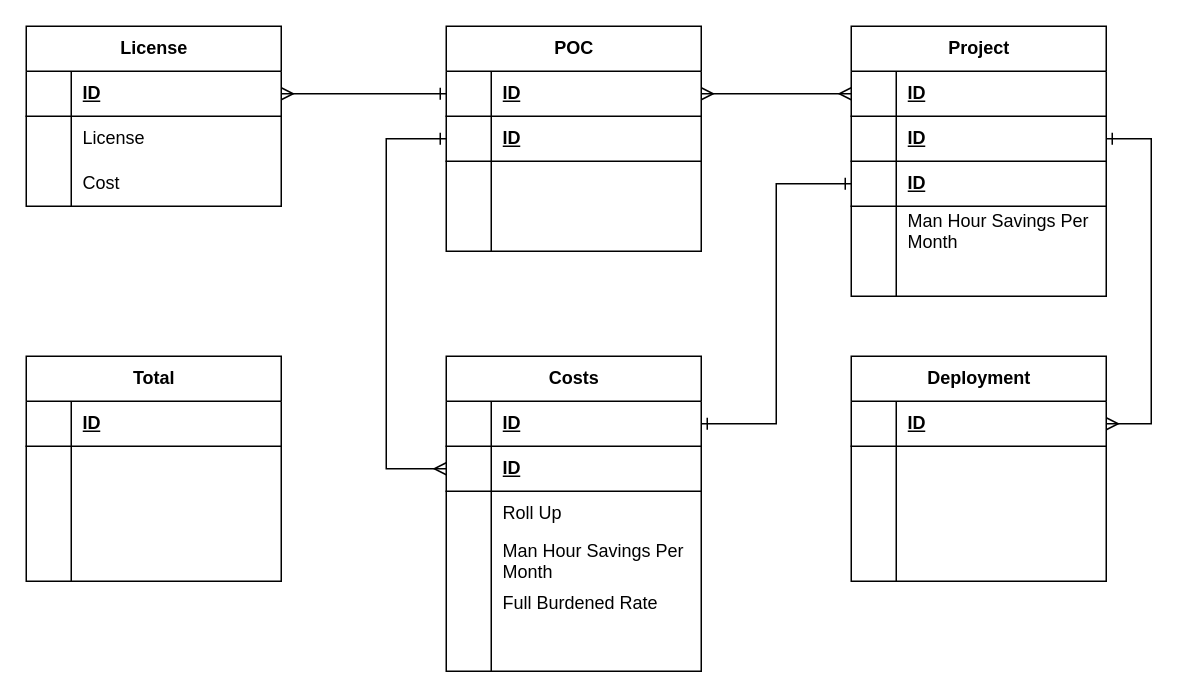
Above: page "Option-3" (4 of 4) of erd-projint-01.drawio in josjreyes/GitInit (draw.io), before the change. Source tidied: cells renumbered, new cells numbered last; positions are measured from the earlier drawing's top-left corner, leaving out a move shared by most shapes. Both pictures are drawn from the tidied source at 150%, with x=0, y=0 at pixel (26, 26).
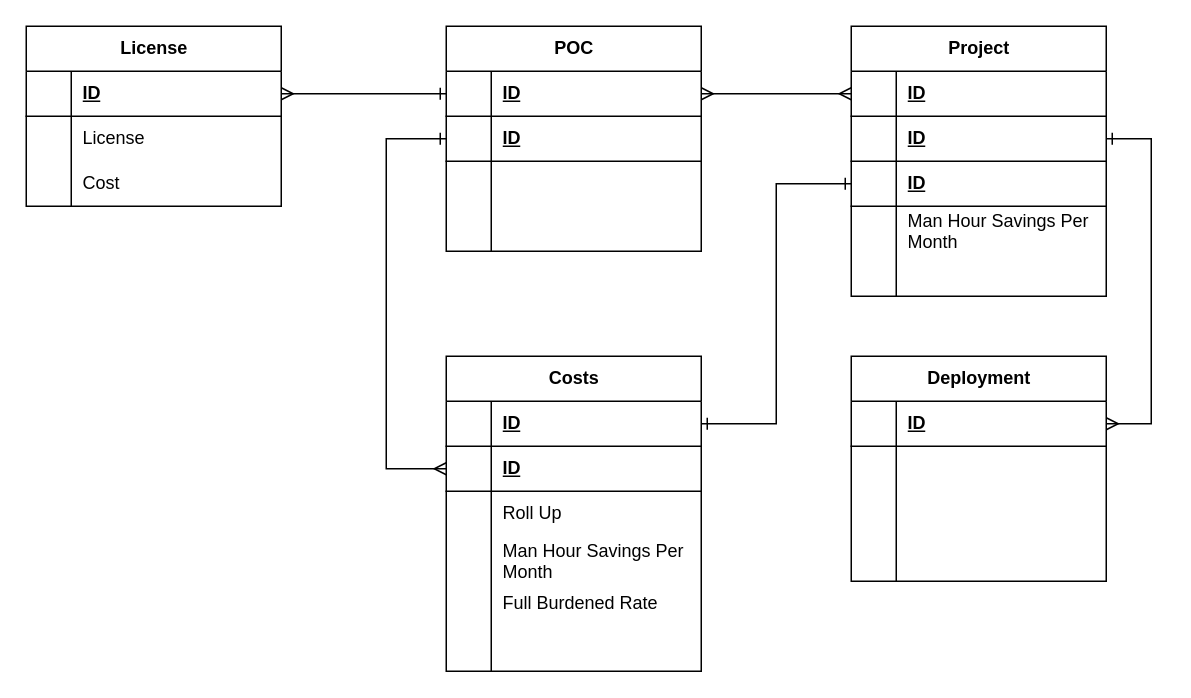
The same page after the edit.

Diff of the diagram source:
```diff
@@
-    <mxCell id="77" value="Total" style="shape=table;startSize=30;childLayout=tableLayout;rowLines=0;fontStyle=1;align=center;html=1;" parent="1" vertex="1">
-      <mxGeometry y="220" width="170" height="150" as="geometry" />
-    </mxCell>
-    <mxCell id="78" style="shape=tableRow;horizontal=0;startSize=0;swimlaneHead=0;swimlaneBody=0;fillColor=none;top=0;left=0;right=0;bottom=1;" parent="77" vertex="1">
-      <mxGeometry y="30" width="170" height="30" as="geometry" />
-    </mxCell>
-    <mxCell id="79" style="shape=partialRectangle;fillColor=none;top=0;left=0;bottom=0;right=0;fontStyle=1;overflow=hidden;whiteSpace=wrap;html=1;" parent="78" vertex="1">
-      <mxGeometry width="30" height="30" as="geometry" />
-    </mxCell>
-    <mxCell id="80" value="ID" style="shape=partialRectangle;fillColor=none;top=0;left=0;bottom=0;right=0;align=left;spacingLeft=6;fontStyle=5;overflow=hidden;whiteSpace=wrap;html=1;" parent="78" vertex="1">
-      <mxGeometry x="30" width="140" height="30" as="geometry" />
-    </mxCell>
-    <mxCell id="81" style="shape=tableRow;horizontal=0;startSize=0;swimlaneHead=0;swimlaneBody=0;fillColor=none;top=0;left=0;right=0;bottom=0;" parent="77" vertex="1">
-      <mxGeometry y="60" width="170" height="30" as="geometry" />
-    </mxCell>
-    <mxCell id="82" style="shape=partialRectangle;fillColor=none;top=0;left=0;bottom=0;right=0;overflow=hidden;whiteSpace=wrap;html=1;" parent="81" vertex="1">
-      <mxGeometry width="30" height="30" as="geometry" />
-    </mxCell>
-    <mxCell id="83" style="shape=partialRectangle;fillColor=none;top=0;left=0;bottom=0;right=0;align=left;spacingLeft=6;overflow=hidden;whiteSpace=wrap;html=1;" parent="81" vertex="1">
-      <mxGeometry x="30" width="140" height="30" as="geometry" />
-    </mxCell>
-    <mxCell id="84" style="shape=tableRow;horizontal=0;startSize=0;swimlaneHead=0;swimlaneBody=0;fillColor=none;top=0;left=0;right=0;bottom=0;" parent="77" vertex="1">
-      <mxGeometry y="90" width="170" height="30" as="geometry" />
-    </mxCell>
-    <mxCell id="85" style="shape=partialRectangle;fillColor=none;top=0;left=0;bottom=0;right=0;overflow=hidden;whiteSpace=wrap;html=1;" parent="84" vertex="1">
-      <mxGeometry width="30" height="30" as="geometry" />
-    </mxCell>
-    <mxCell id="86" style="shape=partialRectangle;fillColor=none;top=0;left=0;bottom=0;right=0;align=left;spacingLeft=6;overflow=hidden;whiteSpace=wrap;html=1;" parent="84" vertex="1">
-      <mxGeometry x="30" width="140" height="30" as="geometry" />
-    </mxCell>
-    <mxCell id="87" style="shape=tableRow;horizontal=0;startSize=0;swimlaneHead=0;swimlaneBody=0;fillColor=none;top=0;left=0;right=0;bottom=0;" parent="77" vertex="1">
-      <mxGeometry y="120" width="170" height="30" as="geometry" />
-    </mxCell>
-    <mxCell id="88" style="shape=partialRectangle;fillColor=none;top=0;left=0;bottom=0;right=0;overflow=hidden;whiteSpace=wrap;html=1;" parent="87" vertex="1">
-      <mxGeometry width="30" height="30" as="geometry" />
-    </mxCell>
-    <mxCell id="89" style="shape=partialRectangle;fillColor=none;top=0;left=0;bottom=0;right=0;align=left;spacingLeft=6;overflow=hidden;whiteSpace=wrap;html=1;" parent="87" vertex="1">
-      <mxGeometry x="30" width="140" height="30" as="geometry" />
-    </mxCell>
```
